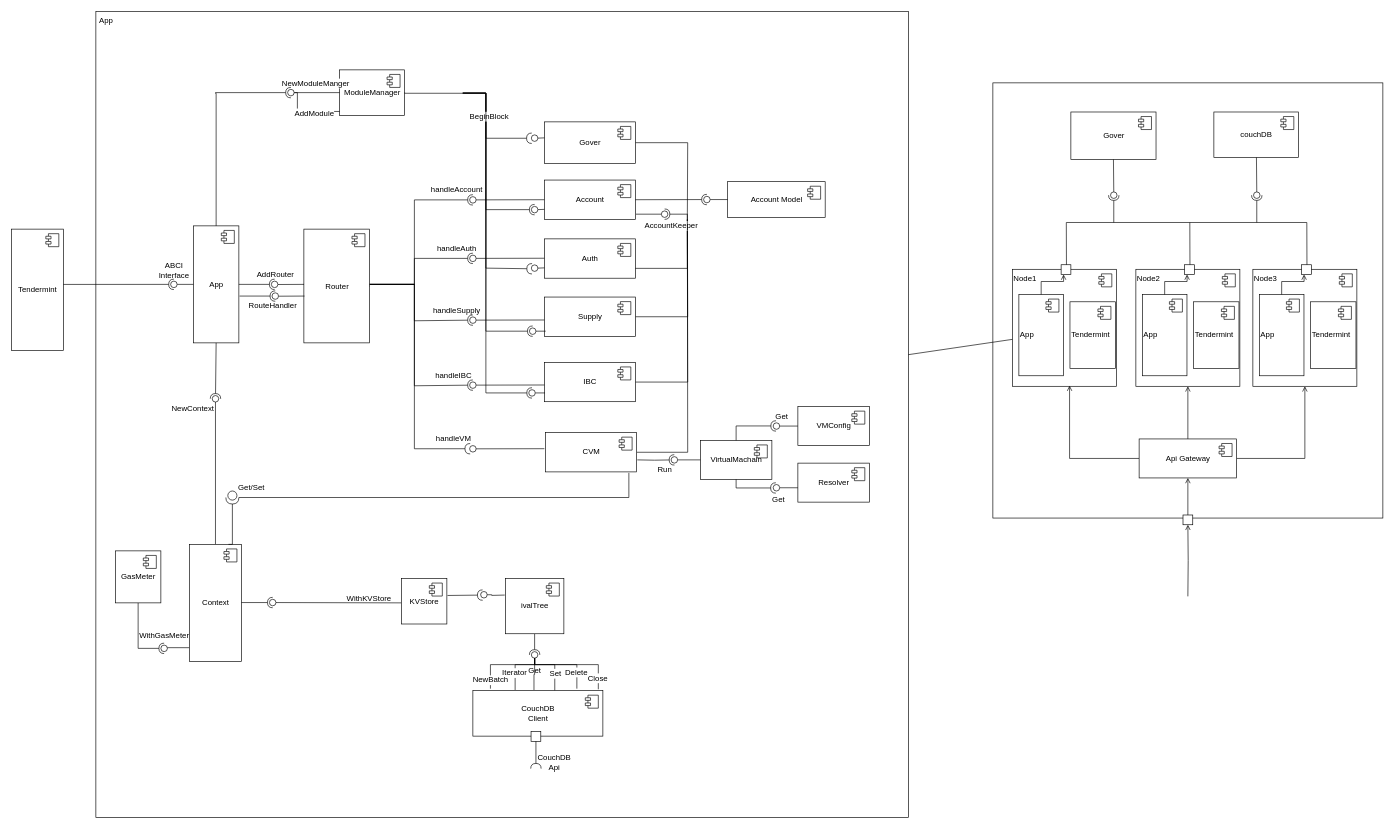
Above: page "组件图" (2 of 3) of design/abci_uml.drawio in ci123chain/ci123chain (draw.io), before the change. Source tidied: cells renumbered, new cells numbered last; positions are measured from the earlier drawing's top-left corner, leaving out a move shared by most shapes. Both pictures are drawn from the tidied source at 65%, with x=0, y=0 at pixel (11, 11).
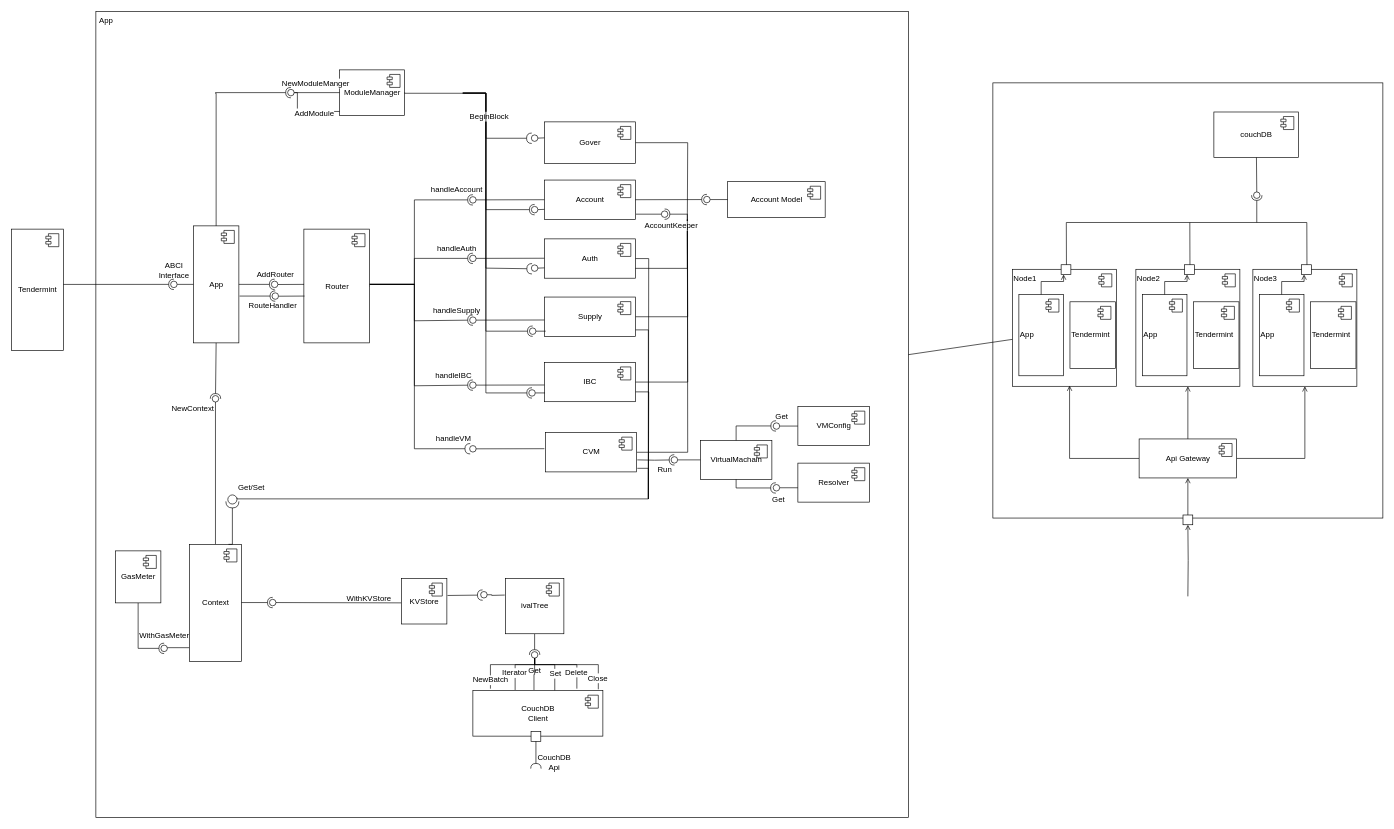
After the change.

The change refers to these unchanged cells:
```xml
<mxCell id="8" value="Auth" style="html=1;align=center;" parent="1" vertex="1">
  <mxGeometry x="820" y="350" width="140" height="60.5" as="geometry" />
</mxCell>
<mxCell id="11" value="Supply" style="html=1;align=center;" parent="1" vertex="1">
  <mxGeometry x="820" y="439.5" width="140" height="60.5" as="geometry" />
</mxCell>
<mxCell id="14" value="IBC" style="html=1;align=center;" parent="1" vertex="1">
  <mxGeometry x="820" y="540" width="140" height="60.5" as="geometry" />
</mxCell>
```

Change to the diagram source:
```diff
@@
+    <mxCell id="208" style="edgeStyle=orthogonalEdgeStyle;rounded=0;jettySize=auto;html=1;endArrow=none;endFill=0;" parent="1" edge="1" source="8">
+      <mxGeometry relative="1" as="geometry">
+        <mxPoint x="980" y="750" as="targetPoint" />
+      </mxGeometry>
+    </mxCell>
@@
+    <mxCell id="209" style="edgeStyle=orthogonalEdgeStyle;rounded=0;jettySize=auto;html=1;endArrow=none;endFill=0;" parent="1" edge="1" source="11">
+      <mxGeometry relative="1" as="geometry">
+        <mxPoint x="980" y="750" as="targetPoint" />
+        <Array as="points">
+          <mxPoint x="980" y="490" />
+        </Array>
+      </mxGeometry>
+    </mxCell>
@@
+    <mxCell id="210" style="edgeStyle=orthogonalEdgeStyle;rounded=0;jettySize=auto;html=1;exitX=1;exitY=0.75;exitDx=0;exitDy=0;endArrow=none;endFill=0;" parent="1" edge="1" source="14">
+      <mxGeometry relative="1" as="geometry">
+        <mxPoint x="980" y="750" as="targetPoint" />
+      </mxGeometry>
+    </mxCell>
@@
-    <mxCell id="126" style="edgeStyle=orthogonalEdgeStyle;rounded=0;jettySize=auto;html=1;startArrow=none;startFill=0;endArrow=none;endFill=0;" parent="1" edge="1" source="128">
+    <mxCell id="126" style="edgeStyle=orthogonalEdgeStyle;rounded=0;orthogonalLoop=1;jettySize=auto;html=1;startArrow=none;startFill=0;endArrow=none;endFill=0;entryX=1.007;entryY=0.876;entryDx=0;entryDy=0;entryPerimeter=0;exitX=0.406;exitY=0.15;exitDx=0;exitDy=0;exitPerimeter=0;" parent="1" edge="1">
       <mxGeometry relative="1" as="geometry">
-        <mxPoint x="950" y="710" as="targetPoint" />
+        <mxPoint x="347" y="748" as="sourcePoint" />
+        <mxPoint x="963" y="703" as="targetPoint" />
         <Array as="points">
-          <mxPoint x="950" y="748" />
+          <mxPoint x="347" y="750" />
+          <mxPoint x="980" y="750" />
+          <mxPoint x="980" y="703" />
         </Array>
       </mxGeometry>
     </mxCell>
@@
     <mxCell id="128" style="shape=providedRequiredInterface;html=1;verticalLabelPosition=bottom;align=center;direction=south;" parent="1" vertex="1">
-      <mxGeometry x="330" y="737.9" width="20" height="20" as="geometry" />
+      <mxGeometry x="330" y="743.9" width="20" height="20" as="geometry" />
     </mxCell>
@@
-    <mxCell id="130" value="Gover" style="html=1;align=center;" parent="1" vertex="1">
-      <mxGeometry x="1630" y="154.8" width="131" height="73" as="geometry" />
-    </mxCell>
-    <mxCell id="131" style="shape=component;jettyWidth=8;jettyHeight=4;" parent="130" vertex="1">
-      <mxGeometry x="1" width="20" height="20" relative="1" as="geometry">
-        <mxPoint x="-27" y="7" as="offset" />
-      </mxGeometry>
-    </mxCell>
@@
-    <mxCell id="164" style="rounded=0;jettySize=auto;html=1;endArrow=none;endFill=0;exitX=0.5;exitY=1;exitDx=0;exitDy=0;" parent="1" edge="1" source="130" target="166">
-      <mxGeometry relative="1" as="geometry" />
-    </mxCell>
-    <mxCell id="165" style="rounded=0;jettySize=auto;html=1;endArrow=halfCircle;endFill=0;entryX=0.5;entryY=0.5;entryDx=0;entryDy=0;endSize=6;strokeWidth=1;" parent="1" edge="1" target="166">
-      <mxGeometry relative="1" as="geometry">
-        <mxPoint x="1696" y="324.8" as="sourcePoint" />
-      </mxGeometry>
-    </mxCell>
-    <mxCell id="166" style="ellipse;whiteSpace=wrap;html=1;fontFamily=Helvetica;fontSize=12;fontColor=#000000;align=center;strokeColor=#000000;fillColor=#ffffff;points=[];" parent="1" vertex="1">
-      <mxGeometry x="1691" y="277.8" width="10" height="10" as="geometry" />
-    </mxCell>
```
